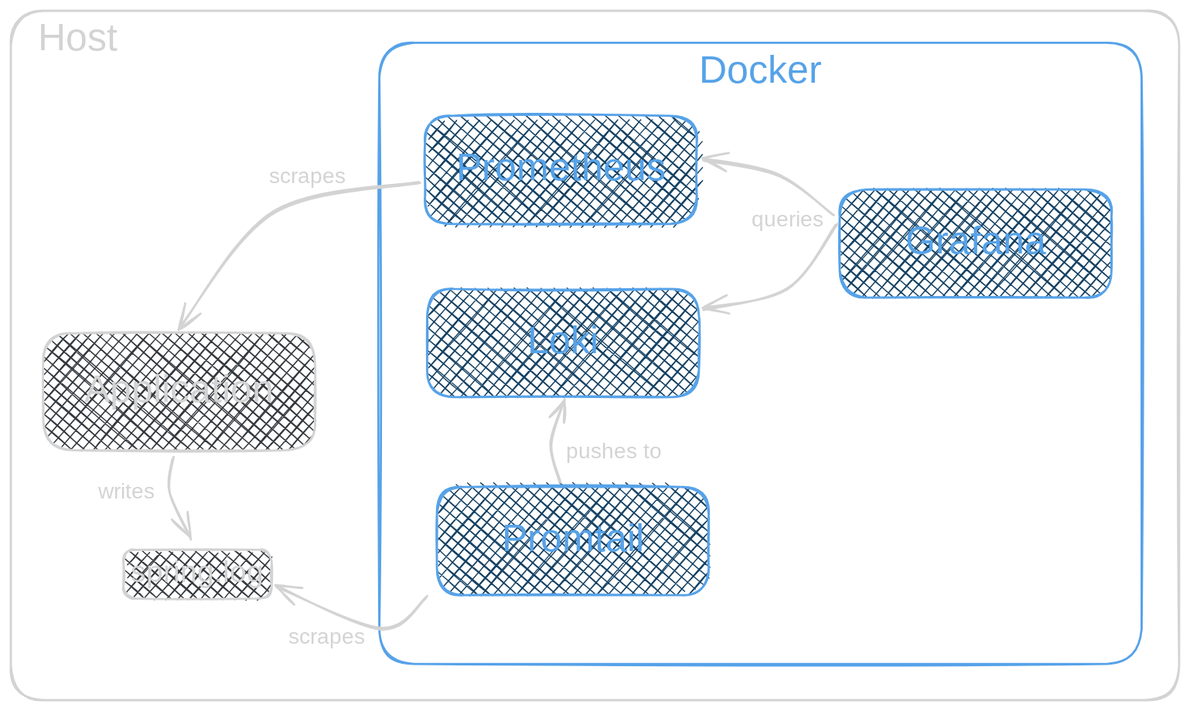
The Excalidraw diagram slides/images/local-setup-3.svg in slauth/dev-prod-o11y-parity, before a commit. Source tidied: one line per element, renumbered; positions are measured from the earlier drawing's top-left corner, leaving out a move shared by most shapes. Its diagram source:
```json
{"id": 0, "type": "rectangle", "strokeColor": "#1e1e1e", "strokeWidth": 2, "roughness": 1, "round": true, "x": 0, "y": 0, "width": 1079, "height": 637}
{"id": 1, "type": "text", "text": "  Host", "strokeColor": "#1e1e1e", "strokeWidth": 2, "roughness": 1, "fontSize": 36, "fontFamily": 5, "inside": 0, "x": 5, "y": 5, "width": 139, "height": 45}
{"id": 2, "type": "rectangle", "strokeColor": "#1971c2", "strokeWidth": 2, "roughness": 1, "round": true, "x": 340, "y": 30, "width": 704, "height": 574}
{"id": 3, "type": "text", "text": "Docker", "strokeColor": "#1971c2", "backgroundColor": "#ffc9c9", "fillStyle": "hachure", "strokeWidth": 2, "roughness": 1, "fontSize": 36, "fontFamily": 5, "textAlign": "center", "inside": 2, "x": 631, "y": 34, "width": 123, "height": 45}
{"id": 4, "type": "rectangle", "strokeColor": "#1e1e1e", "backgroundColor": "#ced4da", "fillStyle": "cross-hatch", "strokeWidth": 2, "roughness": 1, "round": true, "x": 30, "y": 298, "width": 251, "height": 108}
{"id": 5, "type": "text", "text": "Application", "strokeColor": "#1e1e1e", "strokeWidth": 2, "roughness": 1, "fontSize": 36, "fontFamily": 5, "textAlign": "center", "verticalAlign": "middle", "inside": 4, "x": 61, "y": 330, "width": 189, "height": 45}
{"id": 6, "type": "rectangle", "strokeColor": "#1e1e1e", "backgroundColor": "#ced4da", "fillStyle": "cross-hatch", "strokeWidth": 2, "roughness": 1, "round": true, "x": 104, "y": 498, "width": 137, "height": 45}
{"id": 7, "type": "text", "text": "spring.log", "strokeColor": "#1e1e1e", "backgroundColor": "#96f2d7", "fillStyle": "cross-hatch", "strokeWidth": 2, "roughness": 1, "fontSize": 28, "fontFamily": 5, "textAlign": "center", "verticalAlign": "middle", "inside": 6, "x": 109, "y": 503, "width": 126, "height": 35}
{"id": 8, "type": "arrow", "strokeColor": "#1e1e1e", "backgroundColor": "#96f2d7", "fillStyle": "cross-hatch", "strokeWidth": 2, "roughness": 1, "endArrowhead": "arrow", "round": true, "from": 4, "to": 6, "x": 150, "y": 413, "width": 20, "height": 75, "points": [[0, 0], [-4, 32], [16, 75]]}
{"id": 9, "type": "text", "text": "writes", "strokeColor": "#1e1e1e", "backgroundColor": "#96f2d7", "fillStyle": "cross-hatch", "strokeWidth": 2, "roughness": 1, "fontSize": 20, "fontFamily": 5, "textAlign": "center", "verticalAlign": "middle", "x": 76, "y": 433, "width": 62, "height": 25}
{"id": 10, "type": "rectangle", "strokeColor": "#1971c2", "backgroundColor": "#a5d8ff", "fillStyle": "cross-hatch", "strokeWidth": 2, "roughness": 1, "round": true, "x": 393, "y": 440, "width": 251, "height": 100}
{"id": 11, "type": "text", "text": "Promtail", "strokeColor": "#1971c2", "strokeWidth": 2, "roughness": 1, "fontSize": 36, "fontFamily": 5, "textAlign": "center", "verticalAlign": "middle", "inside": 10, "x": 447, "y": 468, "width": 144, "height": 45}
{"id": 12, "type": "arrow", "strokeColor": "#1e1e1e", "backgroundColor": "#ced4da", "fillStyle": "cross-hatch", "strokeWidth": 2, "roughness": 1, "endArrowhead": "arrow", "round": true, "from": 10, "to": 6, "x": 384, "y": 542, "width": 138, "height": 38, "points": [[0, 0], [-42, 28], [-138, -10]]}
{"id": 13, "type": "text", "text": "scrapes", "strokeColor": "#1e1e1e", "backgroundColor": "#96f2d7", "fillStyle": "cross-hatch", "strokeWidth": 2, "roughness": 1, "fontSize": 20, "fontFamily": 5, "textAlign": "center", "verticalAlign": "middle", "x": 255, "y": 568, "width": 74, "height": 25}
{"id": 14, "type": "rectangle", "strokeColor": "#1971c2", "backgroundColor": "#a5d8ff", "fillStyle": "cross-hatch", "strokeWidth": 2, "roughness": 1, "round": true, "x": 384, "y": 257, "width": 251, "height": 100}
{"id": 15, "type": "text", "text": "Loki", "strokeColor": "#1971c2", "strokeWidth": 2, "roughness": 1, "fontSize": 36, "fontFamily": 5, "textAlign": "center", "verticalAlign": "middle", "inside": 14, "x": 475, "y": 284, "width": 69, "height": 45}
{"id": 16, "type": "rectangle", "strokeColor": "#1971c2", "backgroundColor": "#a5d8ff", "fillStyle": "cross-hatch", "strokeWidth": 2, "roughness": 1, "round": true, "x": 765, "y": 165, "width": 251, "height": 100}
{"id": 17, "type": "text", "text": "Grafana", "strokeColor": "#1971c2", "strokeWidth": 2, "roughness": 1, "fontSize": 36, "fontFamily": 5, "textAlign": "center", "verticalAlign": "middle", "inside": 16, "x": 819, "y": 192, "width": 144, "height": 45}
{"id": 18, "type": "rectangle", "strokeColor": "#1971c2", "backgroundColor": "#a5d8ff", "fillStyle": "cross-hatch", "strokeWidth": 2, "roughness": 1, "round": true, "x": 382, "y": 97, "width": 251, "height": 100}
{"id": 19, "type": "text", "text": "Prometheus", "strokeColor": "#1971c2", "strokeWidth": 2, "roughness": 1, "fontSize": 36, "fontFamily": 5, "textAlign": "center", "verticalAlign": "middle", "inside": 18, "x": 405, "y": 124, "width": 206, "height": 45}
{"id": 20, "type": "arrow", "strokeColor": "#1e1e1e", "backgroundColor": "#ced4da", "fillStyle": "cross-hatch", "strokeWidth": 2, "roughness": 1, "endArrowhead": "arrow", "round": true, "from": 21, "to": 14, "x": 507, "y": 435, "width": 12, "height": 75, "points": [[0, 0], [-8, -35], [3, -75]]}
{"id": 21, "type": "text", "text": "pushes to", "strokeColor": "#1e1e1e", "backgroundColor": "#96f2d7", "fillStyle": "cross-hatch", "strokeWidth": 2, "roughness": 1, "fontSize": 20, "fontFamily": 5, "textAlign": "center", "verticalAlign": "middle", "x": 508, "y": 396, "width": 98, "height": 25}
{"id": 22, "type": "arrow", "strokeColor": "#1e1e1e", "backgroundColor": "#ced4da", "fillStyle": "cross-hatch", "strokeWidth": 2, "roughness": 1, "endArrowhead": "arrow", "round": true, "from": 18, "to": 4, "x": 378, "y": 159, "width": 224, "height": 135, "points": [[0, 0], [-135, 27], [-224, 135]]}
{"id": 23, "type": "text", "text": "scrapes", "strokeColor": "#1e1e1e", "backgroundColor": "#96f2d7", "fillStyle": "cross-hatch", "strokeWidth": 2, "roughness": 1, "fontSize": 20, "fontFamily": 5, "textAlign": "center", "verticalAlign": "middle", "x": 237, "y": 142, "width": 74, "height": 25}
{"id": 24, "type": "arrow", "strokeColor": "#1e1e1e", "backgroundColor": "#ced4da", "fillStyle": "cross-hatch", "strokeWidth": 2, "roughness": 1, "endArrowhead": "arrow", "round": true, "from": 16, "to": 18, "x": 760, "y": 188, "width": 120, "height": 50, "points": [[0, 0], [-51, -36], [-120, -50]]}
{"id": 25, "type": "arrow", "strokeColor": "#1e1e1e", "backgroundColor": "#ced4da", "fillStyle": "cross-hatch", "strokeWidth": 2, "roughness": 1, "endArrowhead": "arrow", "round": true, "from": 16, "to": 14, "x": 762, "y": 198, "width": 123, "height": 78, "points": [[0, 0], [-44, 58], [-123, 78]]}
{"id": 26, "type": "text", "text": "queries", "strokeColor": "#1e1e1e", "backgroundColor": "#96f2d7", "fillStyle": "cross-hatch", "strokeWidth": 2, "roughness": 1, "fontSize": 20, "fontFamily": 5, "textAlign": "center", "verticalAlign": "middle", "x": 682, "y": 182, "width": 70, "height": 25}
```
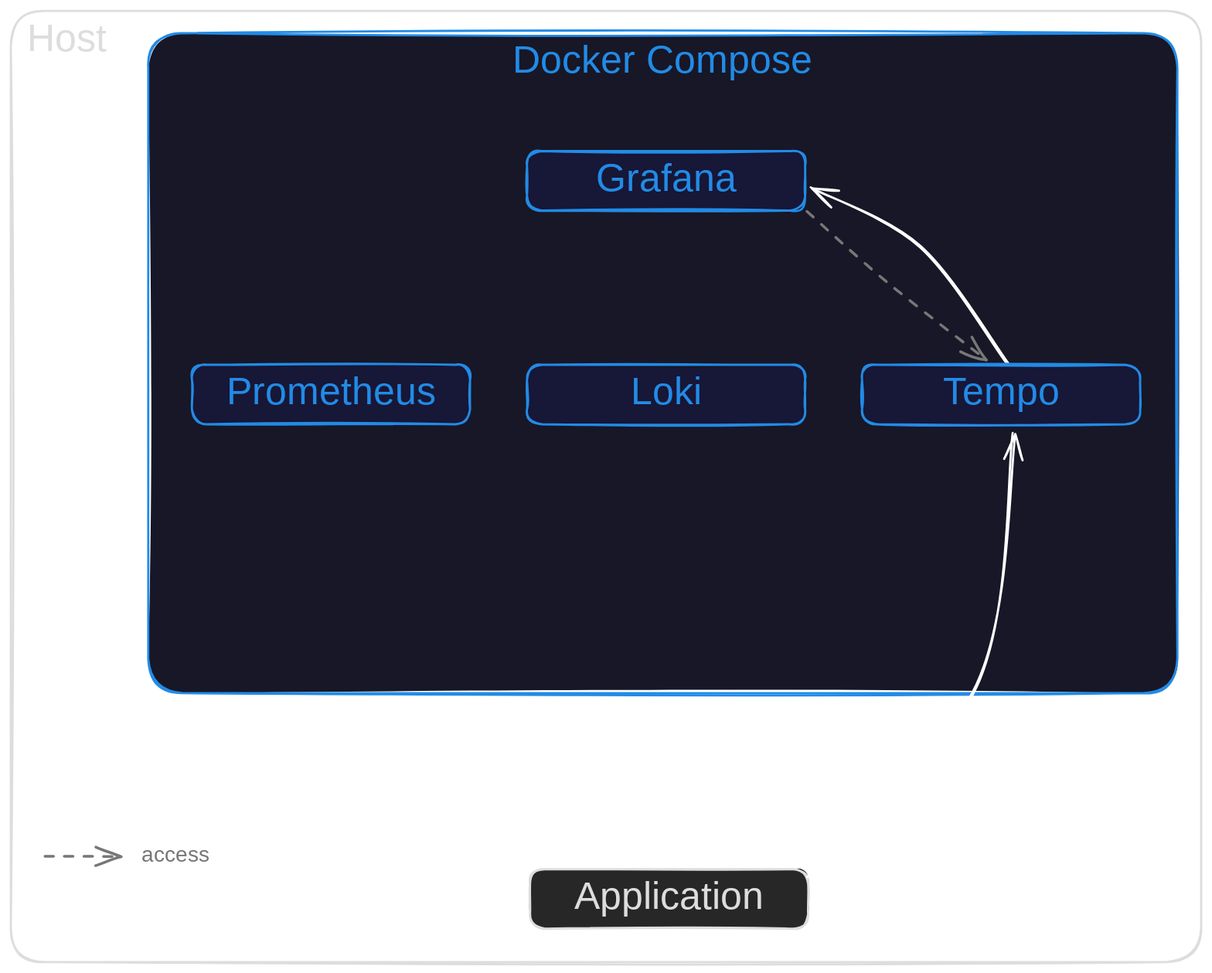
Later version of the same file.

Change to the diagram source:
```diff
@@ -1,27 +1,21 @@
-{"id": 0, "type": "rectangle", "strokeColor": "#1e1e1e", "strokeWidth": 2, "roughness": 1, "round": true, "x": 0, "y": 0, "width": 1079, "height": 637}
+{"id": 27, "type": "rectangle", "strokeColor": "#dddddd", "strokeWidth": 2, "roughness": 1, "round": true, "x": 305, "y": -185, "width": 1100, "height": 879}
-{"id": 1, "type": "text", "text": "  Host", "strokeColor": "#1e1e1e", "strokeWidth": 2, "roughness": 1, "fontSize": 36, "fontFamily": 5, "inside": 0, "x": 5, "y": 5, "width": 139, "height": 45}
+{"id": 1, "type": "text", "text": " Host", "strokeColor": "#dddddd", "strokeWidth": 2, "roughness": 1, "fontSize": 36, "fontFamily": 5, "inside": 27, "x": 310, "y": -180, "width": 96, "height": 45}
-{"id": 2, "type": "rectangle", "strokeColor": "#1971c2", "strokeWidth": 2, "roughness": 1, "round": true, "x": 340, "y": 30, "width": 704, "height": 574}
-{"id": 3, "type": "text", "text": "Docker", "strokeColor": "#1971c2", "backgroundColor": "#ffc9c9", "fillStyle": "hachure", "strokeWidth": 2, "roughness": 1, "fontSize": 36, "fontFamily": 5, "textAlign": "center", "inside": 2, "x": 631, "y": 34, "width": 123, "height": 45}
-{"id": 4, "type": "rectangle", "strokeColor": "#1e1e1e", "backgroundColor": "#ced4da", "fillStyle": "cross-hatch", "strokeWidth": 2, "roughness": 1, "round": true, "x": 30, "y": 298, "width": 251, "height": 108}
+{"id": 28, "type": "rectangle", "strokeColor": "#228be6", "backgroundColor": "#171727", "fillStyle": "solid", "strokeWidth": 2, "roughness": 1, "round": true, "x": 432, "y": -165, "width": 951, "height": 610}
+{"id": 29, "type": "text", "text": "Docker Compose", "strokeColor": "#228be6", "strokeWidth": 2, "roughness": 1, "fontSize": 36, "fontFamily": 5, "textAlign": "center", "inside": 28, "x": 766, "y": -160, "width": 284, "height": 45}
+{"id": 30, "type": "arrow", "strokeColor": "#ffffff", "backgroundColor": "#171737", "fillStyle": "solid", "strokeWidth": 2, "roughness": 1, "startArrowhead": "arrow", "round": true, "from": 32, "to": 34, "x": 1045, "y": -21, "width": 183, "height": 163, "points": [[0, 0], [100, 54], [183, 163]]}
+{"id": 31, "type": "rectangle", "strokeColor": "#228be6", "backgroundColor": "#171737", "fillStyle": "solid", "strokeWidth": 2, "roughness": 1, "round": true, "x": 472, "y": 142, "width": 257, "height": 55}
+{"id": 19, "type": "text", "text": "Prometheus", "strokeColor": "#228be6", "backgroundColor": "#171737", "fillStyle": "solid", "strokeWidth": 2, "roughness": 1, "fontSize": 36, "fontFamily": 5, "textAlign": "center", "verticalAlign": "middle", "inside": 31, "x": 499, "y": 147, "width": 204, "height": 45}
+{"id": 32, "type": "rectangle", "strokeColor": "#228be6", "backgroundColor": "#171737", "fillStyle": "solid", "strokeWidth": 2, "roughness": 1, "round": true, "x": 782, "y": -56, "width": 257, "height": 55}
+{"id": 17, "type": "text", "text": "Grafana", "strokeColor": "#228be6", "backgroundColor": "#171737", "fillStyle": "solid", "strokeWidth": 2, "roughness": 1, "fontSize": 36, "fontFamily": 5, "textAlign": "center", "verticalAlign": "middle", "inside": 32, "x": 840, "y": -50, "width": 141, "height": 45}
+{"id": 33, "type": "rectangle", "strokeColor": "#228be6", "backgroundColor": "#171737", "fillStyle": "solid", "strokeWidth": 2, "roughness": 1, "round": true, "x": 782, "y": 142, "width": 257, "height": 55}
+{"id": 15, "type": "text", "text": "Loki", "strokeColor": "#228be6", "backgroundColor": "#171737", "fillStyle": "solid", "strokeWidth": 2, "roughness": 1, "fontSize": 36, "fontFamily": 5, "textAlign": "center", "verticalAlign": "middle", "inside": 33, "x": 876, "y": 147, "width": 69, "height": 45}
+{"id": 34, "type": "rectangle", "strokeColor": "#228be6", "backgroundColor": "#171737", "fillStyle": "solid", "strokeWidth": 2, "roughness": 1, "round": true, "x": 1091, "y": 142, "width": 257, "height": 55}
+{"id": 35, "type": "text", "text": "Tempo", "strokeColor": "#228be6", "backgroundColor": "#171737", "fillStyle": "solid", "strokeWidth": 2, "roughness": 1, "fontSize": 36, "fontFamily": 5, "textAlign": "center", "verticalAlign": "middle", "inside": 34, "x": 1164, "y": 147, "width": 112, "height": 45}
+{"id": 36, "type": "rectangle", "strokeColor": "#dddddd", "backgroundColor": "#272727", "fillStyle": "solid", "strokeWidth": 2, "roughness": 1, "round": true, "x": 785, "y": 608, "width": 257, "height": 55}
-{"id": 5, "type": "text", "text": "Application", "strokeColor": "#1e1e1e", "strokeWidth": 2, "roughness": 1, "fontSize": 36, "fontFamily": 5, "textAlign": "center", "verticalAlign": "middle", "inside": 4, "x": 61, "y": 330, "width": 189, "height": 45}
+{"id": 5, "type": "text", "text": "Application", "strokeColor": "#dddddd", "backgroundColor": "#171737", "fillStyle": "solid", "strokeWidth": 2, "roughness": 1, "fontSize": 36, "fontFamily": 5, "textAlign": "center", "verticalAlign": "middle", "inside": 36, "x": 819, "y": 613, "width": 188, "height": 45}
-{"id": 6, "type": "rectangle", "strokeColor": "#1e1e1e", "backgroundColor": "#ced4da", "fillStyle": "cross-hatch", "strokeWidth": 2, "roughness": 1, "round": true, "x": 104, "y": 498, "width": 137, "height": 45}
-{"id": 7, "type": "text", "text": "spring.log", "strokeColor": "#1e1e1e", "backgroundColor": "#96f2d7", "fillStyle": "cross-hatch", "strokeWidth": 2, "roughness": 1, "fontSize": 28, "fontFamily": 5, "textAlign": "center", "verticalAlign": "middle", "inside": 6, "x": 109, "y": 503, "width": 126, "height": 35}
-{"id": 8, "type": "arrow", "strokeColor": "#1e1e1e", "backgroundColor": "#96f2d7", "fillStyle": "cross-hatch", "strokeWidth": 2, "roughness": 1, "endArrowhead": "arrow", "round": true, "from": 4, "to": 6, "x": 150, "y": 413, "width": 20, "height": 75, "points": [[0, 0], [-4, 32], [16, 75]]}
-{"id": 9, "type": "text", "text": "writes", "strokeColor": "#1e1e1e", "backgroundColor": "#96f2d7", "fillStyle": "cross-hatch", "strokeWidth": 2, "roughness": 1, "fontSize": 20, "fontFamily": 5, "textAlign": "center", "verticalAlign": "middle", "x": 76, "y": 433, "width": 62, "height": 25}
-{"id": 10, "type": "rectangle", "strokeColor": "#1971c2", "backgroundColor": "#a5d8ff", "fillStyle": "cross-hatch", "strokeWidth": 2, "roughness": 1, "round": true, "x": 393, "y": 440, "width": 251, "height": 100}
-{"id": 11, "type": "text", "text": "Promtail", "strokeColor": "#1971c2", "strokeWidth": 2, "roughness": 1, "fontSize": 36, "fontFamily": 5, "textAlign": "center", "verticalAlign": "middle", "inside": 10, "x": 447, "y": 468, "width": 144, "height": 45}
-{"id": 12, "type": "arrow", "strokeColor": "#1e1e1e", "backgroundColor": "#ced4da", "fillStyle": "cross-hatch", "strokeWidth": 2, "roughness": 1, "endArrowhead": "arrow", "round": true, "from": 10, "to": 6, "x": 384, "y": 542, "width": 138, "height": 38, "points": [[0, 0], [-42, 28], [-138, -10]]}
-{"id": 13, "type": "text", "text": "scrapes", "strokeColor": "#1e1e1e", "backgroundColor": "#96f2d7", "fillStyle": "cross-hatch", "strokeWidth": 2, "roughness": 1, "fontSize": 20, "fontFamily": 5, "textAlign": "center", "verticalAlign": "middle", "x": 255, "y": 568, "width": 74, "height": 25}
-{"id": 14, "type": "rectangle", "strokeColor": "#1971c2", "backgroundColor": "#a5d8ff", "fillStyle": "cross-hatch", "strokeWidth": 2, "roughness": 1, "round": true, "x": 384, "y": 257, "width": 251, "height": 100}
-{"id": 15, "type": "text", "text": "Loki", "strokeColor": "#1971c2", "strokeWidth": 2, "roughness": 1, "fontSize": 36, "fontFamily": 5, "textAlign": "center", "verticalAlign": "middle", "inside": 14, "x": 475, "y": 284, "width": 69, "height": 45}
-{"id": 16, "type": "rectangle", "strokeColor": "#1971c2", "backgroundColor": "#a5d8ff", "fillStyle": "cross-hatch", "strokeWidth": 2, "roughness": 1, "round": true, "x": 765, "y": 165, "width": 251, "height": 100}
-{"id": 17, "type": "text", "text": "Grafana", "strokeColor": "#1971c2", "strokeWidth": 2, "roughness": 1, "fontSize": 36, "fontFamily": 5, "textAlign": "center", "verticalAlign": "middle", "inside": 16, "x": 819, "y": 192, "width": 144, "height": 45}
-{"id": 18, "type": "rectangle", "strokeColor": "#1971c2", "backgroundColor": "#a5d8ff", "fillStyle": "cross-hatch", "strokeWidth": 2, "roughness": 1, "round": true, "x": 382, "y": 97, "width": 251, "height": 100}
-{"id": 19, "type": "text", "text": "Prometheus", "strokeColor": "#1971c2", "strokeWidth": 2, "roughness": 1, "fontSize": 36, "fontFamily": 5, "textAlign": "center", "verticalAlign": "middle", "inside": 18, "x": 405, "y": 124, "width": 206, "height": 45}
-{"id": 20, "type": "arrow", "strokeColor": "#1e1e1e", "backgroundColor": "#ced4da", "fillStyle": "cross-hatch", "strokeWidth": 2, "roughness": 1, "endArrowhead": "arrow", "round": true, "from": 21, "to": 14, "x": 507, "y": 435, "width": 12, "height": 75, "points": [[0, 0], [-8, -35], [3, -75]]}
-{"id": 21, "type": "text", "text": "pushes to", "strokeColor": "#1e1e1e", "backgroundColor": "#96f2d7", "fillStyle": "cross-hatch", "strokeWidth": 2, "roughness": 1, "fontSize": 20, "fontFamily": 5, "textAlign": "center", "verticalAlign": "middle", "x": 508, "y": 396, "width": 98, "height": 25}
-{"id": 22, "type": "arrow", "strokeColor": "#1e1e1e", "backgroundColor": "#ced4da", "fillStyle": "cross-hatch", "strokeWidth": 2, "roughness": 1, "endArrowhead": "arrow", "round": true, "from": 18, "to": 4, "x": 378, "y": 159, "width": 224, "height": 135, "points": [[0, 0], [-135, 27], [-224, 135]]}
-{"id": 23, "type": "text", "text": "scrapes", "strokeColor": "#1e1e1e", "backgroundColor": "#96f2d7", "fillStyle": "cross-hatch", "strokeWidth": 2, "roughness": 1, "fontSize": 20, "fontFamily": 5, "textAlign": "center", "verticalAlign": "middle", "x": 237, "y": 142, "width": 74, "height": 25}
-{"id": 24, "type": "arrow", "strokeColor": "#1e1e1e", "backgroundColor": "#ced4da", "fillStyle": "cross-hatch", "strokeWidth": 2, "roughness": 1, "endArrowhead": "arrow", "round": true, "from": 16, "to": 18, "x": 760, "y": 188, "width": 120, "height": 50, "points": [[0, 0], [-51, -36], [-120, -50]]}
-{"id": 25, "type": "arrow", "strokeColor": "#1e1e1e", "backgroundColor": "#ced4da", "fillStyle": "cross-hatch", "strokeWidth": 2, "roughness": 1, "endArrowhead": "arrow", "round": true, "from": 16, "to": 14, "x": 762, "y": 198, "width": 123, "height": 78, "points": [[0, 0], [-44, 58], [-123, 78]]}
-{"id": 26, "type": "text", "text": "queries", "strokeColor": "#1e1e1e", "backgroundColor": "#96f2d7", "fillStyle": "cross-hatch", "strokeWidth": 2, "roughness": 1, "fontSize": 20, "fontFamily": 5, "textAlign": "center", "verticalAlign": "middle", "x": 682, "y": 182, "width": 70, "height": 25}
+{"id": 37, "type": "arrow", "strokeColor": "#ffffff", "backgroundColor": "#272727", "fillStyle": "solid", "strokeWidth": 2, "roughness": 1, "endArrowhead": "arrow", "round": true, "from": 36, "to": 34, "x": 1041, "y": 616, "width": 190, "height": 411, "points": [[0, 0], [155, -177], [190, -411]]}
+{"id": 38, "type": "arrow", "strokeColor": "#777777", "backgroundColor": "#272727", "fillStyle": "solid", "strokeWidth": 2, "strokeStyle": "dashed", "roughness": 1, "endArrowhead": "arrow", "round": true, "from": 32, "to": 34, "x": 1042, "y": 0, "width": 164, "height": 137, "points": [[0, 0], [72, 66], [164, 137]]}
+{"id": 39, "type": "arrow", "strokeColor": "#777777", "backgroundColor": "#272727", "fillStyle": "solid", "strokeWidth": 2, "strokeStyle": "dashed", "roughness": 1, "endArrowhead": "arrow", "round": true, "from": 27, "x": 336, "y": 597, "width": 70, "height": 0, "points": [[0, 0], [70, 0]]}
+{"id": 40, "type": "text", "text": "access", "strokeColor": "#777777", "backgroundColor": "#272727", "fillStyle": "solid", "strokeWidth": 2, "strokeStyle": "dashed", "roughness": 1, "fontSize": 20, "fontFamily": 5, "textAlign": "center", "verticalAlign": "middle", "x": 425, "y": 584, "width": 64, "height": 25}
+{"id": 41, "type": "arrow", "strokeColor": "#ffffff", "backgroundColor": "#272727", "fillStyle": "solid", "strokeWidth": 2, "roughness": 1, "endArrowhead": "arrow", "round": true, "x": 336, "y": 643, "width": 72, "height": 1, "points": [[0, 0], [72, -1]]}
+{"id": 42, "type": "text", "text": "data", "strokeColor": "#ffffff", "backgroundColor": "#272727", "fillStyle": "solid", "strokeWidth": 2, "strokeStyle": "dashed", "roughness": 1, "fontSize": 20, "fontFamily": 5, "textAlign": "center", "verticalAlign": "middle", "x": 425, "y": 629, "width": 46, "height": 25}
```
